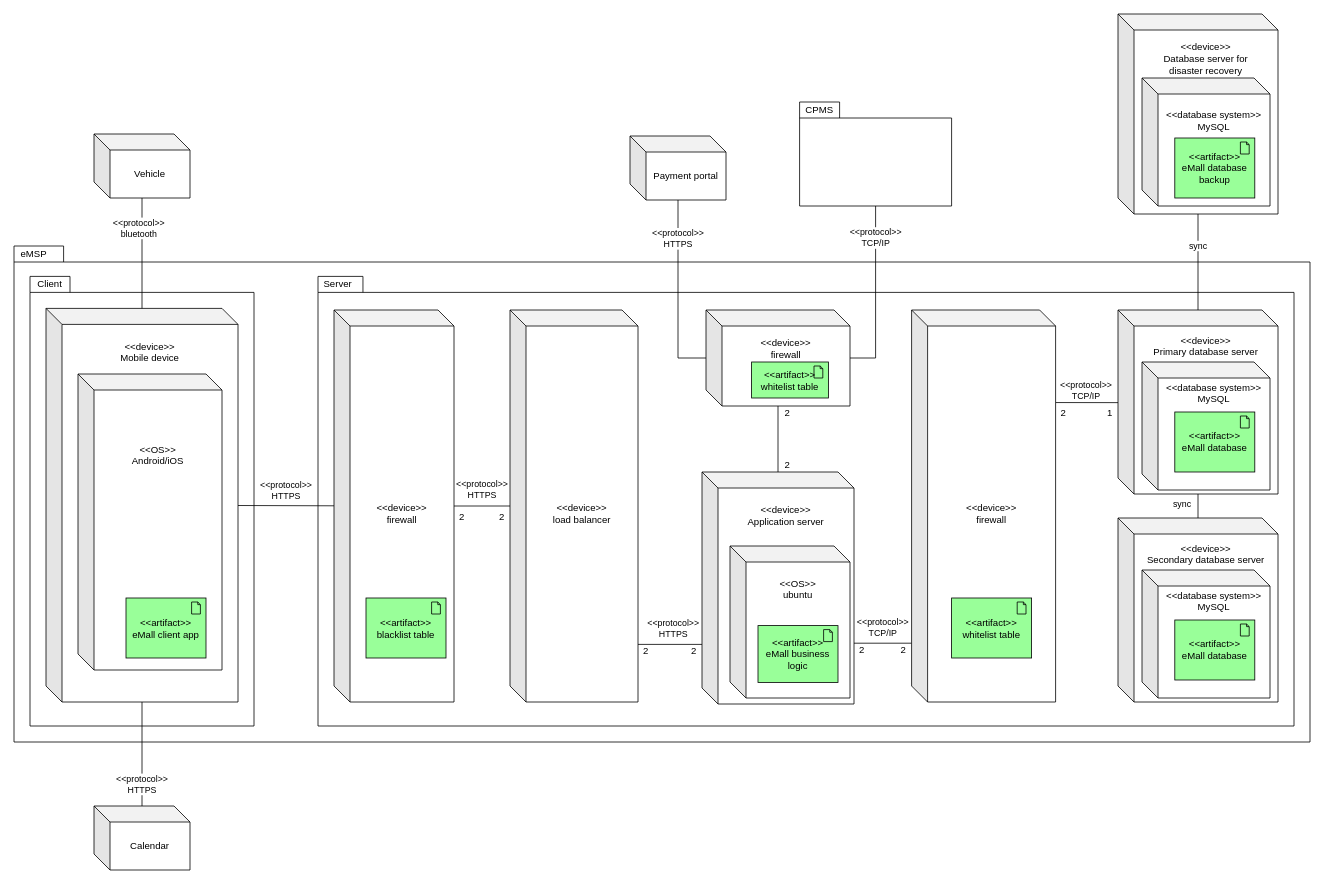
Above: page "eMSP-deployment" (3 of 4) of DD/Graphics/DD.drawio in federico-mandelli/CoriglianoMandelliPignataro (draw.io), before the change. Source tidied: cells renumbered, new cells numbered last; positions are measured from the earlier drawing's top-left corner, leaving out a move shared by most shapes. Both pictures are drawn from the tidied source at 80%, with x=0, y=0 at pixel (14, 14).
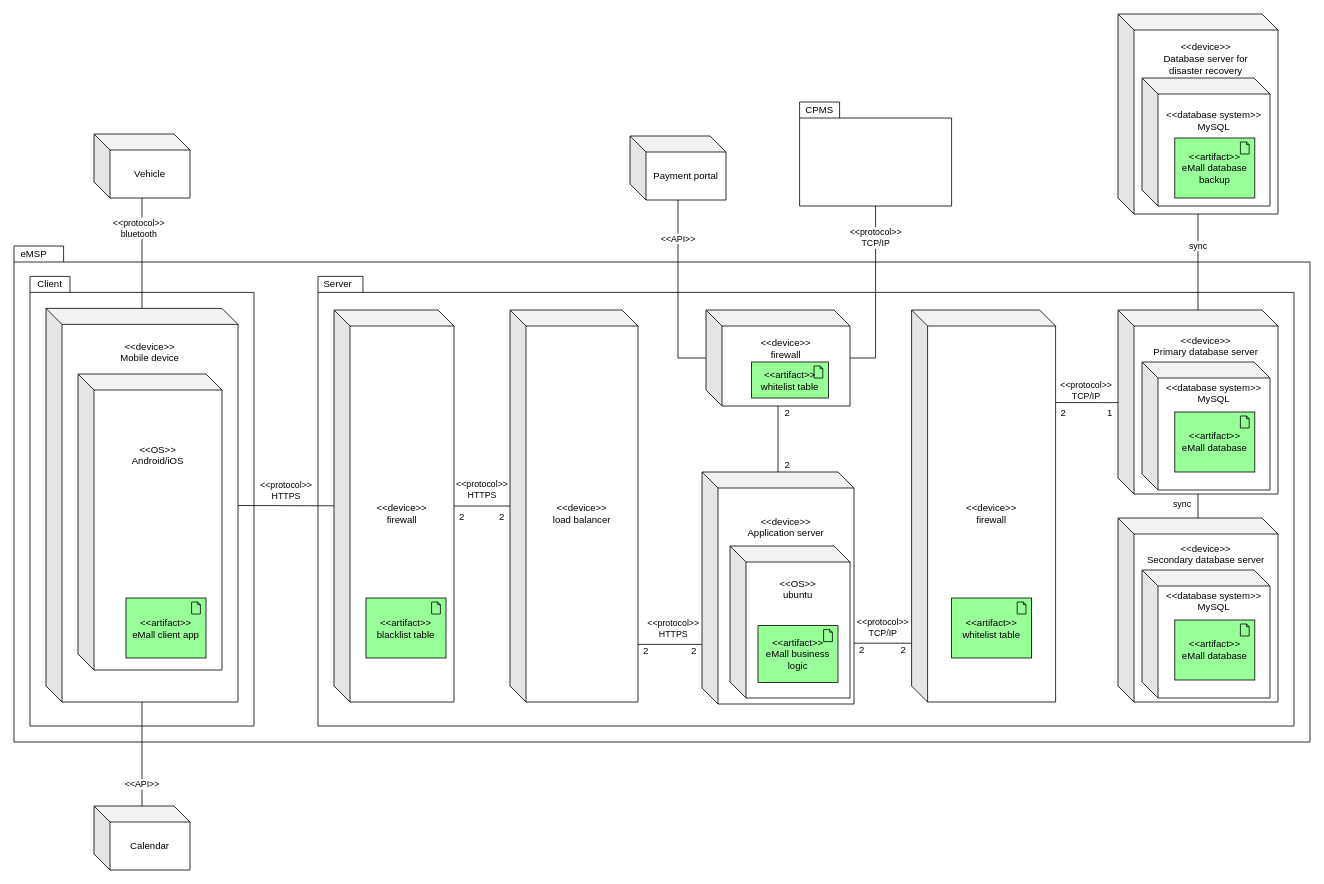
The same page after the edit.

The change refers to these unchanged cells:
```xml
<mxCell id="13" value="Calendar" style="shape=cube;whiteSpace=wrap;html=1;boundedLbl=1;backgroundOutline=1;darkOpacity=0.05;darkOpacity2=0.1;" parent="1" vertex="1">
  <mxGeometry x="100" y="990" width="120" height="80" as="geometry" />
</mxCell>
<mxCell id="14" value="&amp;lt;&amp;lt;device&amp;gt;&amp;gt;&lt;br&gt;Mobile device&lt;br&gt;&lt;br&gt;&lt;br&gt;&lt;br&gt;&lt;br&gt;&lt;br&gt;&lt;br&gt;&lt;br&gt;&lt;br&gt;&lt;br&gt;&lt;br&gt;&lt;br&gt;&lt;br&gt;&lt;br&gt;&lt;br&gt;&lt;br&gt;&lt;br&gt;&lt;br&gt;&lt;br&gt;&lt;br&gt;&lt;br&gt;&lt;br&gt;&lt;br&gt;&lt;br&gt;&lt;br&gt;&lt;br&gt;&lt;br&gt;&lt;br&gt;&lt;br&gt;" style="shape=cube;whiteSpace=wrap;html=1;boundedLbl=1;backgroundOutline=1;darkOpacity=0.05;darkOpacity2=0.1;" parent="1" vertex="1">
  <mxGeometry x="40" y="368" width="240" height="492" as="geometry" />
</mxCell>
<mxCell id="21" value="Payment portal" style="shape=cube;whiteSpace=wrap;html=1;boundedLbl=1;backgroundOutline=1;darkOpacity=0.05;darkOpacity2=0.1;" parent="1" vertex="1">
  <mxGeometry x="770" y="152.5" width="120" height="80" as="geometry" />
</mxCell>
<mxCell id="52" value="&amp;lt;&amp;lt;device&amp;gt;&amp;gt;&lt;br&gt;firewall&lt;br&gt;&lt;br&gt;&lt;br&gt;&lt;br&gt;" style="shape=cube;whiteSpace=wrap;html=1;boundedLbl=1;backgroundOutline=1;darkOpacity=0.05;darkOpacity2=0.1;" parent="1" vertex="1">
  <mxGeometry x="865" y="370" width="180" height="120" as="geometry" />
</mxCell>
```

Change to the diagram source:
```diff
@@
-    <mxCell id="5" value="&amp;lt;&amp;lt;device&amp;gt;&amp;gt;&lt;br&gt;Application server&lt;br&gt;&lt;br&gt;&lt;br&gt;&lt;br&gt;&lt;br&gt;&lt;br&gt;&lt;br&gt;&lt;br&gt;&lt;br&gt;&lt;br&gt;&lt;br&gt;&lt;br&gt;&lt;br&gt;&lt;br&gt;&lt;br&gt;" style="shape=cube;whiteSpace=wrap;html=1;boundedLbl=1;backgroundOutline=1;darkOpacity=0.05;darkOpacity2=0.1;" parent="1" vertex="1">
+    <mxCell id="5" value="&amp;lt;&amp;lt;device&amp;gt;&amp;gt;&lt;br&gt;Application server&lt;br&gt;&lt;br&gt;&lt;br&gt;&lt;br&gt;&lt;br&gt;&lt;br&gt;&lt;br&gt;&lt;br&gt;&lt;br&gt;&lt;br&gt;&lt;br&gt;&lt;br&gt;&lt;br&gt;" style="shape=cube;whiteSpace=wrap;html=1;boundedLbl=1;backgroundOutline=1;darkOpacity=0.05;darkOpacity2=0.1;" parent="1" vertex="1">
       <mxGeometry x="860" y="572.5" width="190" height="290" as="geometry" />
     </mxCell>
@@
-    <mxCell id="22" value="&amp;lt;&amp;lt;protocol&amp;gt;&amp;gt;&lt;br&gt;HTTPS" style="endArrow=none;html=1;rounded=0;" parent="1" edge="1" source="21" target="52">
+    <mxCell id="22" value="&amp;lt;&amp;lt;API&amp;gt;&amp;gt;" style="endArrow=none;html=1;rounded=0;" parent="1" edge="1" source="21" target="52">
       <mxGeometry x="-0.59" relative="1" as="geometry">
         <Array as="points">
           <mxPoint x="830" y="430" />
         </Array>
       </mxGeometry>
     </mxCell>
-    <mxCell id="23" value="&amp;lt;&amp;lt;protocol&amp;gt;&amp;gt;&lt;br&gt;HTTPS" style="endArrow=none;html=1;rounded=0;" parent="1" edge="1" source="14" target="13">
+    <mxCell id="23" value="&amp;lt;&amp;lt;API&amp;gt;&amp;gt;" style="endArrow=none;html=1;rounded=0;" parent="1" edge="1" source="14" target="13">
       <mxGeometry x="0.59" relative="1" as="geometry" />
     </mxCell>
```
